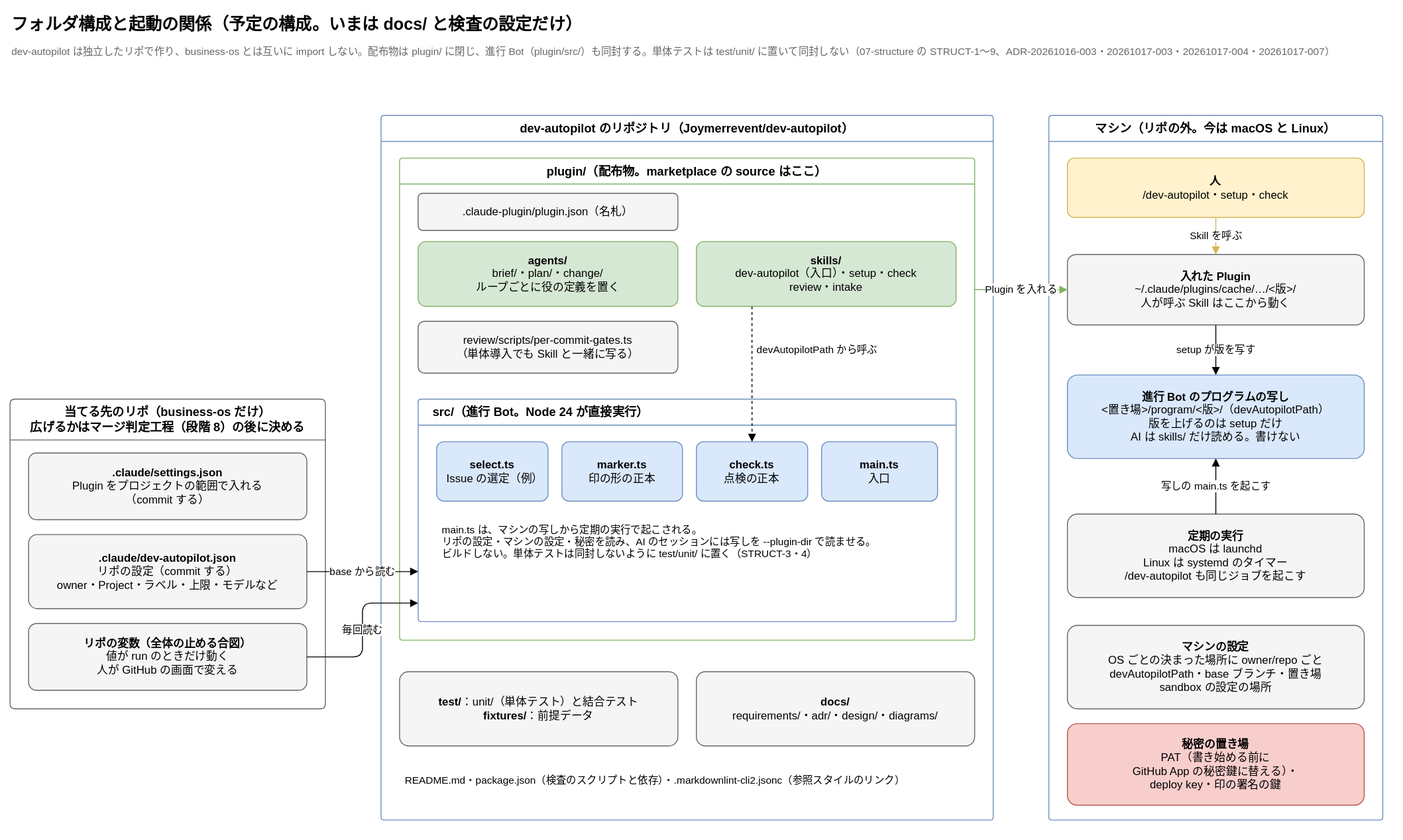
Joymerrevent/dev-autopilot keeps this draw.io diagram as docs/diagrams/structure.drawio.svg. Above is the earlier version. Source tidied: cells renumbered, new cells last; positions are measured from the earlier drawing's top-left corner, leaving out a move shared by most shapes.
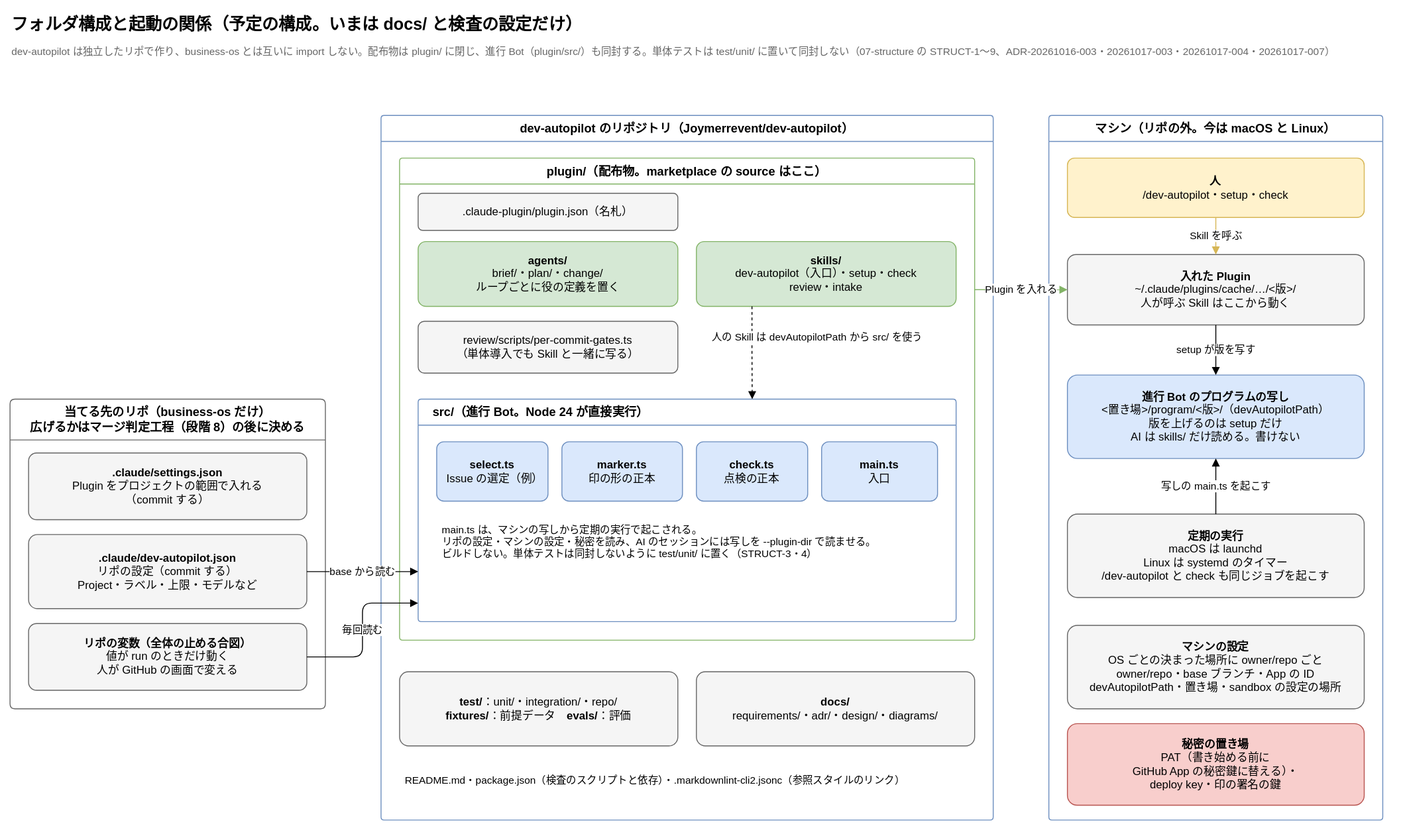
Later version of the same file.

Change to the diagram source:
```diff
@@ -14,7 +14,7 @@
     <mxCell id="5" value="&lt;b&gt;.claude/settings.json&lt;/b&gt;&lt;br&gt;Plugin をプロジェクトの範囲で入れる&lt;br&gt;（commit する）" style="rounded=1;whiteSpace=wrap;html=1;fontSize=12;arcSize=12;fillColor=#f5f5f5;strokeColor=#666666;spacing=12;" parent="4" vertex="1">
       <mxGeometry x="20" y="58" width="300" height="72" as="geometry" />
     </mxCell>
-    <mxCell id="6" value="&lt;b&gt;.claude/dev-autopilot.json&lt;/b&gt;&lt;br&gt;リポの設定（commit する）&lt;br&gt;owner・Project・ラベル・上限・モデルなど" style="rounded=1;whiteSpace=wrap;html=1;fontSize=12;arcSize=12;fillColor=#f5f5f5;strokeColor=#666666;spacing=12;" parent="4" vertex="1">
+    <mxCell id="6" value="&lt;b&gt;.claude/dev-autopilot.json&lt;/b&gt;&lt;br&gt;リポの設定（commit する）&lt;br&gt;Project・ラベル・上限・モデルなど" style="rounded=1;whiteSpace=wrap;html=1;fontSize=12;arcSize=12;fillColor=#f5f5f5;strokeColor=#666666;spacing=12;" parent="4" vertex="1">
       <mxGeometry x="20" y="146" width="300" height="80" as="geometry" />
     </mxCell>
     <mxCell id="7" value="&lt;b&gt;リポの変数（全体の止める合図）&lt;/b&gt;&lt;br&gt;値が run のときだけ動く&lt;br&gt;人が GitHub の画面で変える" style="rounded=1;whiteSpace=wrap;html=1;fontSize=12;arcSize=12;fillColor=#f5f5f5;strokeColor=#666666;spacing=12;" parent="4" vertex="1">
@@ -56,7 +56,7 @@
     <mxCell id="19" value="main.ts は、マシンの写しから定期の実行で起こされる。&lt;br&gt;リポの設定・マシンの設定・秘密を読み、AI のセッションには写しを --plugin-dir で読ませる。&lt;br&gt;ビルドしない。単体テストは同封しないように test/unit/ に置く（STRUCT-3・4）" style="text;html=1;whiteSpace=wrap;align=left;verticalAlign=top;fontSize=11;spacing=6;" parent="14" vertex="1">
       <mxGeometry x="20" y="124" width="540" height="100" as="geometry" />
     </mxCell>
-    <mxCell id="20" value="&lt;b&gt;test/&lt;/b&gt;：unit/（単体テスト）と結合テスト&lt;br&gt;&lt;b&gt;fixtures/&lt;/b&gt;：前提データ" style="rounded=1;whiteSpace=wrap;html=1;fontSize=12;arcSize=12;fillColor=#f5f5f5;strokeColor=#666666;spacing=12;" parent="8" vertex="1">
+    <mxCell id="20" value="&lt;b&gt;test/&lt;/b&gt;：unit/・integration/・repo/&lt;br&gt;&lt;b&gt;fixtures/&lt;/b&gt;：前提データ　&lt;b&gt;evals/&lt;/b&gt;：評価" style="rounded=1;whiteSpace=wrap;html=1;fontSize=12;arcSize=12;fillColor=#f5f5f5;strokeColor=#666666;spacing=12;" parent="8" vertex="1">
       <mxGeometry x="20" y="600" width="300" height="80" as="geometry" />
     </mxCell>
     <mxCell id="21" value="&lt;b&gt;docs/&lt;/b&gt;&lt;br&gt;requirements/・adr/・design/・diagrams/" style="rounded=1;whiteSpace=wrap;html=1;fontSize=12;arcSize=12;fillColor=#f5f5f5;strokeColor=#666666;spacing=12;" parent="8" vertex="1">
@@ -77,10 +77,10 @@
     <mxCell id="26" value="&lt;b&gt;進行 Bot のプログラムの写し&lt;/b&gt;&lt;br&gt;&amp;lt;置き場&amp;gt;/program/&amp;lt;版&amp;gt;/（devAutopilotPath）&lt;br&gt;版を上げるのは setup だけ&lt;br&gt;AI は skills/ だけ読める。書けない" style="rounded=1;whiteSpace=wrap;html=1;fontSize=12;arcSize=12;fillColor=#dae8fc;strokeColor=#6c8ebf;spacing=12;" parent="23" vertex="1">
       <mxGeometry x="20" y="280" width="320" height="90" as="geometry" />
     </mxCell>
-    <mxCell id="27" value="&lt;b&gt;定期の実行&lt;/b&gt;&lt;br&gt;macOS は launchd&lt;br&gt;Linux は systemd のタイマー&lt;br&gt;/dev-autopilot も同じジョブを起こす" style="rounded=1;whiteSpace=wrap;html=1;fontSize=12;arcSize=12;fillColor=#f5f5f5;strokeColor=#666666;spacing=12;" parent="23" vertex="1">
+    <mxCell id="27" value="&lt;b&gt;定期の実行&lt;/b&gt;&lt;br&gt;macOS は launchd&lt;br&gt;Linux は systemd のタイマー&lt;br&gt;/dev-autopilot と check も同じジョブを起こす" style="rounded=1;whiteSpace=wrap;html=1;fontSize=12;arcSize=12;fillColor=#f5f5f5;strokeColor=#666666;spacing=12;" parent="23" vertex="1">
       <mxGeometry x="20" y="430" width="320" height="90" as="geometry" />
     </mxCell>
-    <mxCell id="28" value="&lt;b&gt;マシンの設定&lt;/b&gt;&lt;br&gt;OS ごとの決まった場所に owner/repo ごと&lt;br&gt;devAutopilotPath・base ブランチ・置き場&lt;br&gt;sandbox の設定の場所" style="rounded=1;whiteSpace=wrap;html=1;fontSize=12;arcSize=12;fillColor=#f5f5f5;strokeColor=#666666;spacing=12;" parent="23" vertex="1">
+    <mxCell id="28" value="&lt;b&gt;マシンの設定&lt;/b&gt;&lt;br&gt;OS ごとの決まった場所に owner/repo ごと&lt;br&gt;owner/repo・base ブランチ・App の ID&lt;br&gt;devAutopilotPath・置き場・sandbox の設定の場所" style="rounded=1;whiteSpace=wrap;html=1;fontSize=12;arcSize=12;fillColor=#f5f5f5;strokeColor=#666666;spacing=12;" parent="23" vertex="1">
       <mxGeometry x="20" y="550" width="320" height="90" as="geometry" />
     </mxCell>
     <mxCell id="29" value="&lt;b&gt;秘密の置き場&lt;/b&gt;&lt;br&gt;PAT（書き始める前に&lt;br&gt;GitHub App の秘密鍵に替える）・&lt;br&gt;deploy key・印の署名の鍵" style="rounded=1;whiteSpace=wrap;html=1;fontSize=12;arcSize=12;fillColor=#f8cecc;strokeColor=#b85450;spacing=12;" parent="23" vertex="1">
@@ -98,7 +98,7 @@
     <mxCell id="33" value="写しの main.ts を起こす" style="edgeStyle=orthogonalEdgeStyle;rounded=1;html=1;endArrow=block;endFill=1;fontSize=11;labelBackgroundColor=#ffffff;exitX=0.5;exitY=0;exitDx=0;exitDy=0;entryX=0.5;entryY=1;entryDx=0;entryDy=0;" parent="1" edge="1" source="27" target="26">
       <mxGeometry relative="1" as="geometry" />
     </mxCell>
-    <mxCell id="34" value="devAutopilotPath から呼ぶ" style="edgeStyle=orthogonalEdgeStyle;rounded=1;html=1;endArrow=block;endFill=1;fontSize=11;labelBackgroundColor=#ffffff;dashed=1;exitX=0.214;exitY=1;exitDx=0;exitDy=0;entryX=0.5;entryY=0;entryDx=0;entryDy=0;" parent="1" edge="1" source="12" target="17">
+    <mxCell id="34" value="人の Skill は devAutopilotPath から src/ を使う" style="edgeStyle=orthogonalEdgeStyle;rounded=1;html=1;endArrow=block;endFill=1;fontSize=11;labelBackgroundColor=#ffffff;dashed=1;exitX=0.214;exitY=1;exitDx=0;exitDy=0;entryX=0.621;entryY=0;entryDx=0;entryDy=0;" parent="1" edge="1" source="12" target="14">
       <mxGeometry x="-0.35" relative="1" as="geometry">
         <mxPoint x="70" as="offset" />
       </mxGeometry>
```
